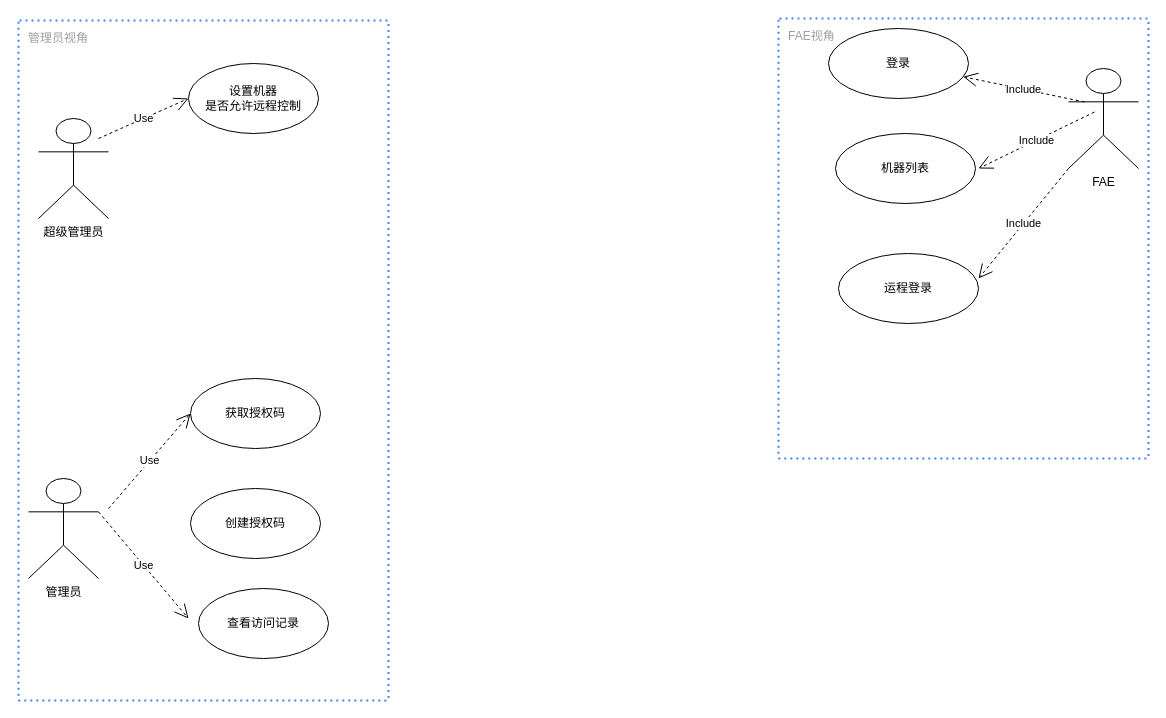
This is craft/Simple_ssh.drawio from feihu618/drawio, a draw.io file, before an edit. Source tidied: cells renumbered, new cells numbered last; positions are measured from the earlier drawing's top-left corner, leaving out a move shared by most shapes. Both pictures are drawn from the tidied source at 100%, with x=0, y=0 at pixel (18, 18).
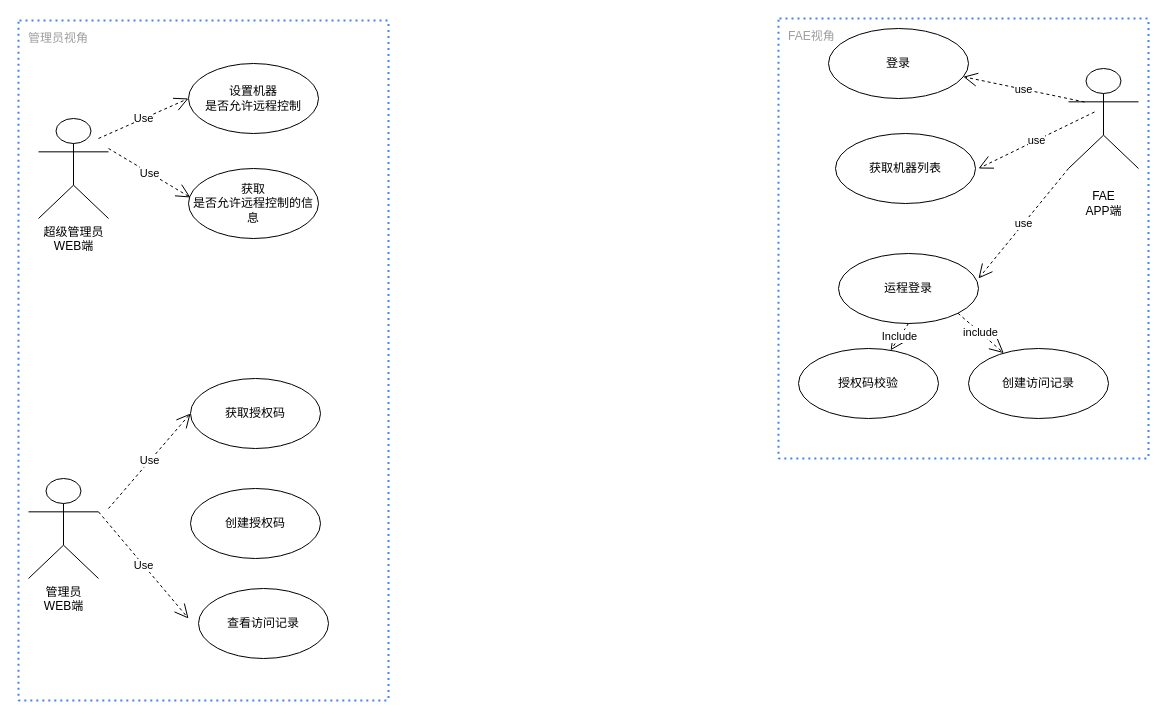
The same diagram, later.

Unchanged cells that the change refers to:
```xml
<mxCell id="6" value="登录" style="ellipse;whiteSpace=wrap;html=1;" parent="1" vertex="1">
  <mxGeometry x="810" y="10" width="140" height="70" as="geometry" />
</mxCell>
<mxCell id="11" value="运程登录" style="ellipse;whiteSpace=wrap;html=1;" parent="1" vertex="1">
  <mxGeometry x="820" y="235" width="140" height="70" as="geometry" />
</mxCell>
```

The edit, as a diff of the source:
```diff
@@
-    <mxCell id="4" value="超级管理员" style="shape=umlActor;verticalLabelPosition=bottom;verticalAlign=top;html=1;" parent="1" vertex="1">
+    <mxCell id="4" value="超级管理员&lt;br&gt;WEB端" style="shape=umlActor;verticalLabelPosition=bottom;verticalAlign=top;html=1;" parent="1" vertex="1">
       <mxGeometry x="20" y="100" width="70" height="100" as="geometry" />
     </mxCell>
@@
-    <mxCell id="7" value="FAE" style="shape=umlActor;verticalLabelPosition=bottom;verticalAlign=top;html=1;" parent="1" vertex="1">
+    <mxCell id="7" value="&lt;br&gt;FAE&lt;br&gt;APP端" style="shape=umlActor;verticalLabelPosition=bottom;verticalAlign=top;html=1;" parent="1" vertex="1">
       <mxGeometry x="1050" y="50" width="70" height="100" as="geometry" />
     </mxCell>
-    <mxCell id="8" value="机器列表" style="ellipse;whiteSpace=wrap;html=1;" parent="1" vertex="1">
+    <mxCell id="8" value="获取机器列表" style="ellipse;whiteSpace=wrap;html=1;" parent="1" vertex="1">
       <mxGeometry x="817" y="115" width="140" height="70" as="geometry" />
     </mxCell>
-    <mxCell id="9" value="Include" style="endArrow=open;endSize=12;dashed=1;html=1;rounded=0;exitX=0.229;exitY=0.335;exitDx=0;exitDy=0;exitPerimeter=0;" parent="1" edge="1" source="7" target="6">
+    <mxCell id="9" value="use" style="endArrow=open;endSize=12;dashed=1;html=1;rounded=0;exitX=0.229;exitY=0.335;exitDx=0;exitDy=0;exitPerimeter=0;" parent="1" edge="1" source="7" target="6">
       <mxGeometry relative="1" as="geometry" />
     </mxCell>
-    <mxCell id="10" value="Include" style="endArrow=open;endSize=12;dashed=1;html=1;rounded=0;exitX=0.229;exitY=0.335;exitDx=0;exitDy=0;exitPerimeter=0;" parent="1" edge="1">
+    <mxCell id="10" value="use" style="endArrow=open;endSize=12;dashed=1;html=1;rounded=0;exitX=0.229;exitY=0.335;exitDx=0;exitDy=0;exitPerimeter=0;" parent="1" edge="1">
       <mxGeometry relative="1" as="geometry">
         <mxPoint x="1076" y="93.5" as="sourcePoint" />
         <mxPoint x="960" y="150" as="targetPoint" />
       </mxGeometry>
     </mxCell>
@@
-    <mxCell id="12" value="Include" style="endArrow=open;endSize=12;dashed=1;html=1;rounded=0;exitX=0;exitY=1;exitDx=0;exitDy=0;exitPerimeter=0;entryX=1;entryY=0.357;entryDx=0;entryDy=0;entryPerimeter=0;" parent="1" edge="1" source="7" target="11">
+    <mxCell id="12" value="use" style="endArrow=open;endSize=12;dashed=1;html=1;rounded=0;exitX=0;exitY=1;exitDx=0;exitDy=0;exitPerimeter=0;entryX=1;entryY=0.357;entryDx=0;entryDy=0;entryPerimeter=0;" parent="1" edge="1" source="7" target="11">
       <mxGeometry relative="1" as="geometry" />
     </mxCell>
@@
-    <mxCell id="16" value="管理员" style="shape=umlActor;verticalLabelPosition=bottom;verticalAlign=top;html=1;" parent="1" vertex="1">
+    <mxCell id="16" value="管理员&lt;br&gt;WEB端" style="shape=umlActor;verticalLabelPosition=bottom;verticalAlign=top;html=1;" parent="1" vertex="1">
       <mxGeometry x="10" y="460" width="70" height="100" as="geometry" />
     </mxCell>
@@
+    <mxCell id="20" value="授权码校验" style="ellipse;whiteSpace=wrap;html=1;" parent="1" vertex="1">
+      <mxGeometry x="780" y="330" width="140" height="70" as="geometry" />
+    </mxCell>
+    <mxCell id="21" value="创建访问记录" style="ellipse;whiteSpace=wrap;html=1;" parent="1" vertex="1">
+      <mxGeometry x="950" y="330" width="140" height="70" as="geometry" />
+    </mxCell>
+    <mxCell id="22" value="Include" style="endArrow=open;endSize=12;dashed=1;html=1;rounded=0;exitX=0.5;exitY=1;exitDx=0;exitDy=0;" parent="1" edge="1" source="11" target="20">
+      <mxGeometry relative="1" as="geometry" />
+    </mxCell>
+    <mxCell id="23" value="include" style="endArrow=open;endSize=12;dashed=1;html=1;rounded=0;exitX=1;exitY=1;exitDx=0;exitDy=0;" parent="1" edge="1" source="11" target="21">
+      <mxGeometry relative="1" as="geometry" />
+    </mxCell>
+    <mxCell id="24" value="获取&lt;br&gt;是否允许远程控制的信息" style="ellipse;whiteSpace=wrap;html=1;" parent="1" vertex="1">
+      <mxGeometry x="170" y="150" width="130" height="70" as="geometry" />
+    </mxCell>
+    <mxCell id="25" value="Use" style="endArrow=open;endSize=12;dashed=1;html=1;rounded=0;entryX=0.015;entryY=0.414;entryDx=0;entryDy=0;entryPerimeter=0;" parent="1" edge="1" target="24">
+      <mxGeometry relative="1" as="geometry">
+        <mxPoint x="90" y="130" as="sourcePoint" />
+      </mxGeometry>
+    </mxCell>
```
